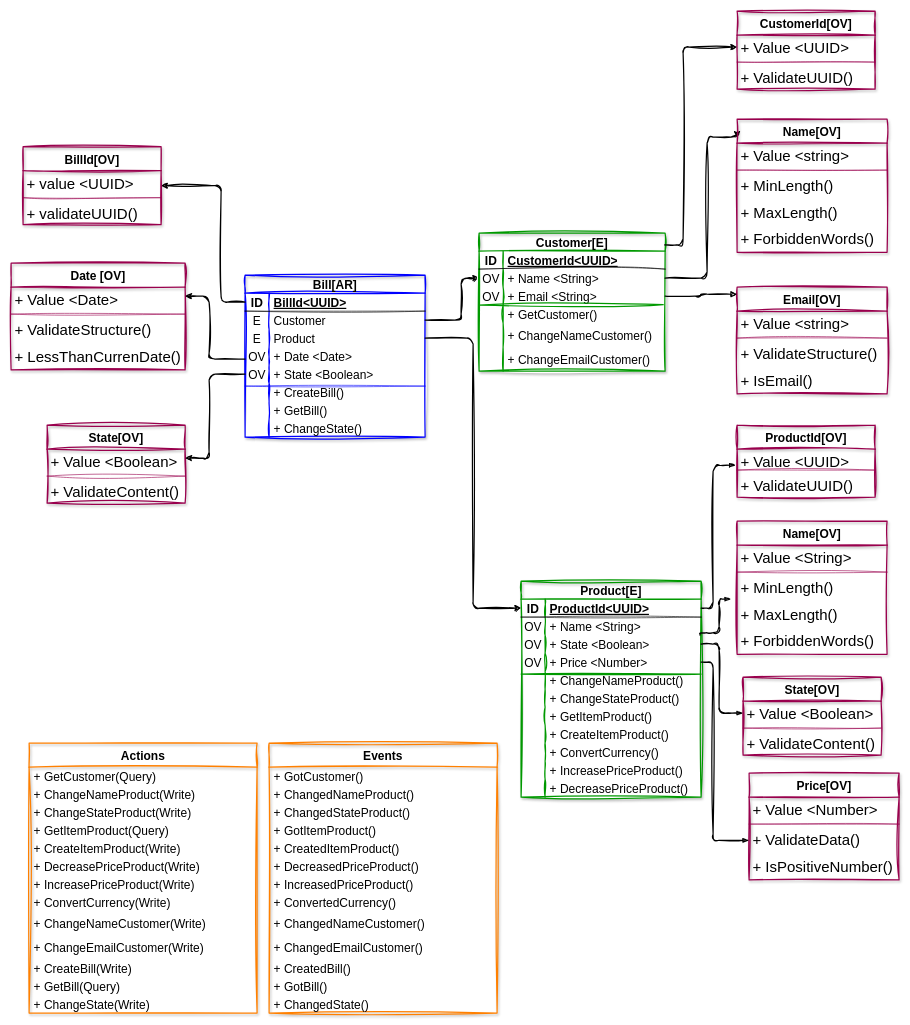
training-practice-sofkau/C1-2023-DDD-Colombia keeps this draw.io diagram as page "Bill<AR>" (4 of 5) of Drive-Domain-Design.drawio. Above is the earlier version. Source tidied: cells renumbered, new cells numbered last; positions are measured from the earlier drawing's top-left corner, leaving out a move shared by most shapes. Both pictures are drawn from the tidied source at 60%, with x=0, y=0 at pixel (11, 11).
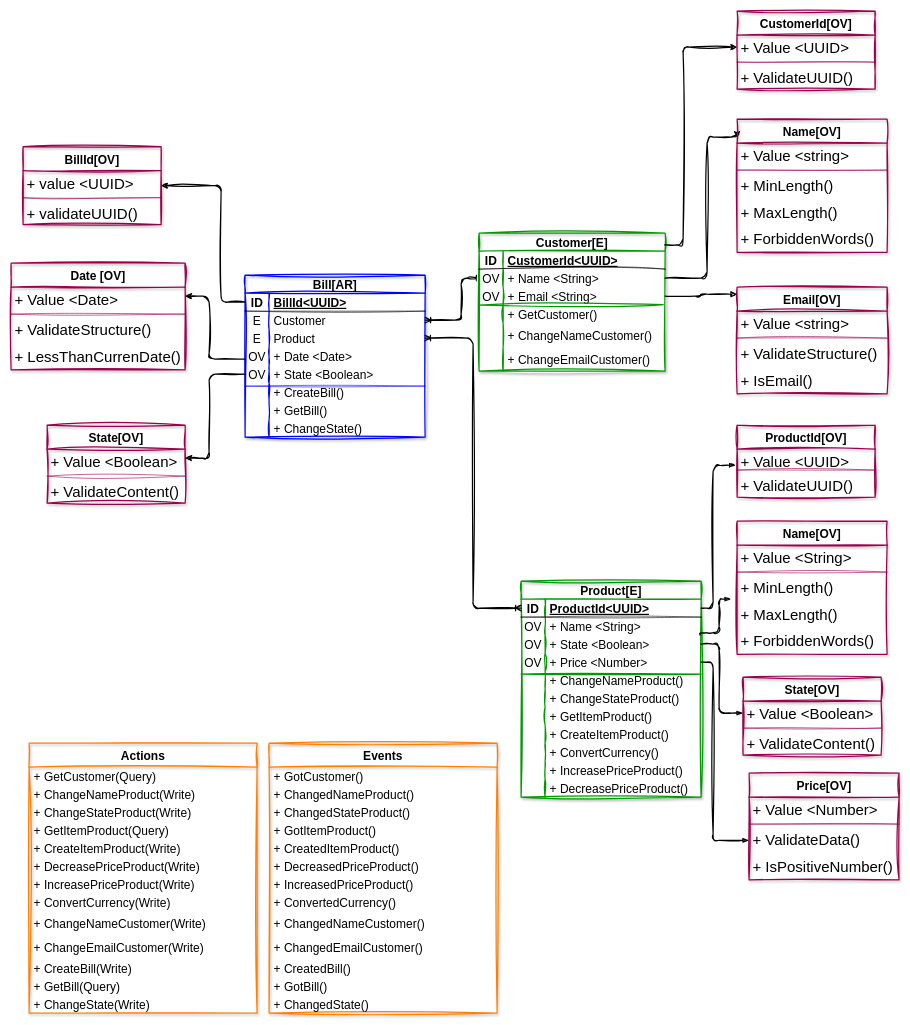
After the change.

The change refers to these unchanged cells:
```xml
<mxCell id="6" style="shape=tableRow;horizontal=0;startSize=0;swimlaneHead=0;swimlaneBody=0;fillColor=none;points=[[0,0.5],[1,0.5]];portConstraint=eastwest;top=0;left=0;right=0;bottom=0;sketch=1;hachureGap=4;jiggle=2;curveFitting=1;fontFamily=Helvetica;fontSize=20;" parent="2" vertex="1">
  <mxGeometry y="60" width="300" height="30" as="geometry" />
</mxCell>
<mxCell id="9" style="shape=tableRow;horizontal=0;startSize=0;swimlaneHead=0;swimlaneBody=0;fillColor=none;points=[[0,0.5],[1,0.5]];portConstraint=eastwest;top=0;left=0;right=0;bottom=0;sketch=1;hachureGap=4;jiggle=2;curveFitting=1;fontFamily=Helvetica;fontSize=20;" parent="2" vertex="1">
  <mxGeometry y="90" width="300" height="30" as="geometry" />
</mxCell>
<mxCell id="57" style="shape=tableRow;horizontal=0;startSize=0;swimlaneHead=0;swimlaneBody=0;fillColor=none;points=[[0,0.5],[1,0.5]];portConstraint=eastwest;top=0;left=0;right=0;bottom=0;sketch=1;hachureGap=4;jiggle=2;curveFitting=1;fontFamily=Helvetica;fontSize=20;" parent="53" vertex="1">
  <mxGeometry y="60" width="310" height="30" as="geometry" />
</mxCell>
<mxCell id="98" style="shape=tableRow;horizontal=0;startSize=0;swimlaneHead=0;swimlaneBody=0;fillColor=none;points=[[0,0.5],[1,0.5]];portConstraint=eastwest;top=0;left=0;right=0;bottom=1;sketch=1;hachureGap=4;jiggle=2;curveFitting=1;fontFamily=Helvetica;fontSize=20;" parent="97" vertex="1">
  <mxGeometry y="30" width="300" height="30" as="geometry" />
</mxCell>
```

What changed in the source:
```diff
@@
-    <mxCell id="27" style="edgeStyle=orthogonalEdgeStyle;rounded=1;sketch=1;hachureGap=4;jiggle=2;curveFitting=1;jettySize=auto;html=1;exitX=1;exitY=0.5;exitDx=0;exitDy=0;strokeWidth=2;fontFamily=Architects Daughter;fontSize=20;entryX=0;entryY=0.5;entryDx=0;entryDy=0;" parent="1" edge="1" source="6" target="57">
+    <mxCell id="27" style="edgeStyle=orthogonalEdgeStyle;rounded=1;sketch=1;hachureGap=4;jiggle=2;curveFitting=1;jettySize=auto;html=1;exitX=1;exitY=0.5;exitDx=0;exitDy=0;strokeWidth=2;fontFamily=Architects Daughter;fontSize=20;entryX=0;entryY=0.5;entryDx=0;entryDy=0;startArrow=ERoneToMany;startFill=0;endArrow=ERone;endFill=0;" parent="1" edge="1" source="6" target="57">
       <mxGeometry relative="1" as="geometry">
         <Array as="points">
           <mxPoint x="750" y="515" />
           <mxPoint x="750" y="445" />
         </Array>
       </mxGeometry>
     </mxCell>
@@
-    <mxCell id="155" style="edgeStyle=orthogonalEdgeStyle;rounded=1;sketch=1;hachureGap=4;jiggle=2;curveFitting=1;jettySize=auto;html=1;entryX=0;entryY=0.5;entryDx=0;entryDy=0;fontFamily=Architects Daughter;fontSize=16;strokeWidth=2;" parent="1" edge="1" source="9" target="98">
+    <mxCell id="155" style="edgeStyle=orthogonalEdgeStyle;rounded=1;sketch=1;hachureGap=4;jiggle=2;curveFitting=1;jettySize=auto;html=1;entryX=0;entryY=0.5;entryDx=0;entryDy=0;fontFamily=Architects Daughter;fontSize=16;strokeWidth=2;startArrow=ERoneToMany;startFill=0;endArrow=ERoneToMany;endFill=0;" parent="1" edge="1" source="9" target="98">
       <mxGeometry relative="1" as="geometry" />
     </mxCell>
```
